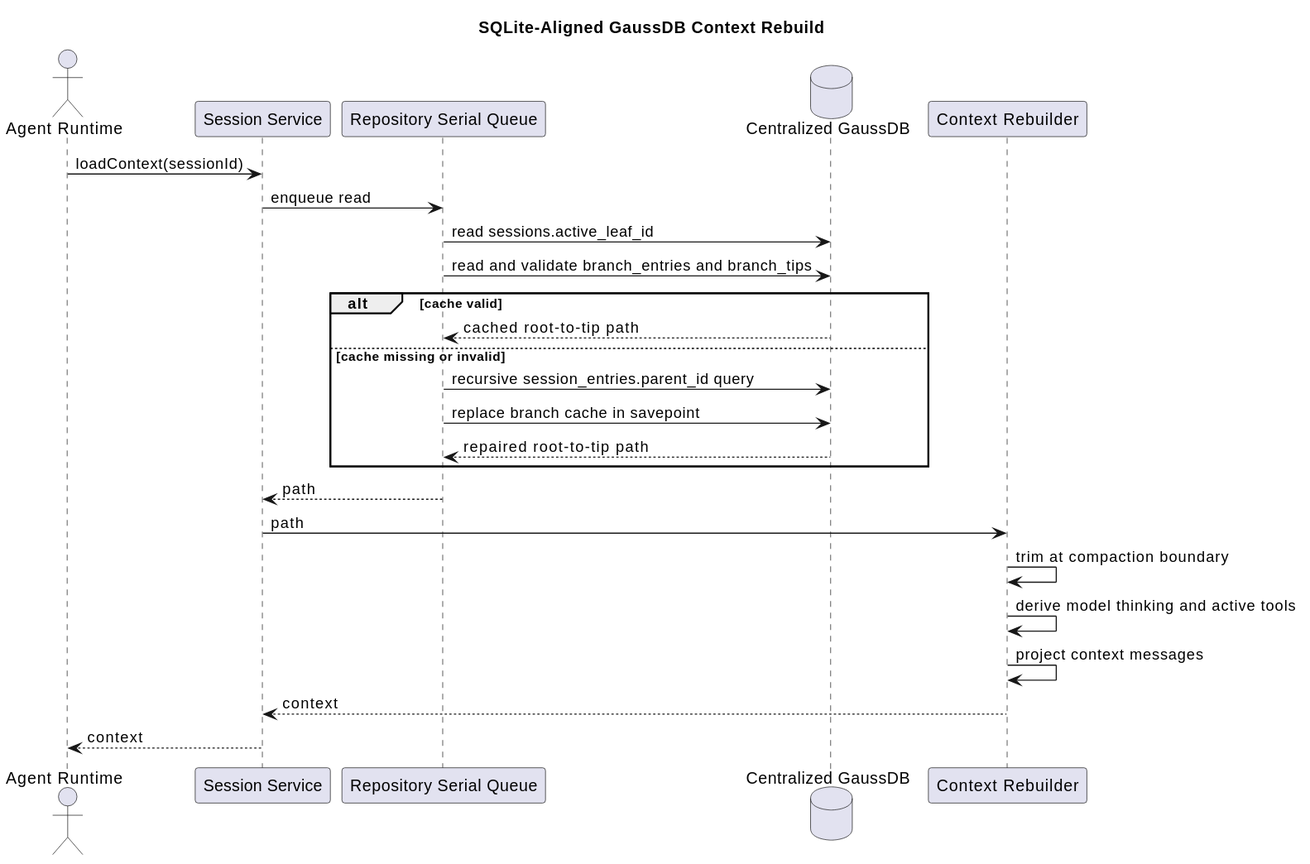
The PlantUML diagram diagrams/memory/memory-context-rebuild.svg in superheromeZzh/pi-mono-java-design, before a commit. Its diagram source:
```plantuml
@startuml
title SQLite-Aligned GaussDB Context Rebuild
skinparam backgroundColor #FFFFFF


actor "Agent Runtime" as runtime
participant "Session Service" as service
participant "Repository Serial Queue" as queue
database "Centralized GaussDB" as db
participant "Context Rebuilder" as rebuild

runtime -> service : loadContext(sessionId)
service -> queue : enqueue read
queue -> db : read sessions.active_leaf_id
queue -> db : read and validate branch_entries and branch_tips
alt cache valid
  db --> queue : cached root-to-tip path
else cache missing or invalid
  queue -> db : recursive session_entries.parent_id query
  queue -> db : replace branch cache in savepoint
  db --> queue : repaired root-to-tip path
end
queue --> service : path
service -> rebuild : path
rebuild -> rebuild : trim at compaction boundary
rebuild -> rebuild : derive model thinking and active tools
rebuild -> rebuild : project context messages
rebuild --> service : context
service --> runtime : context
@enduml
```
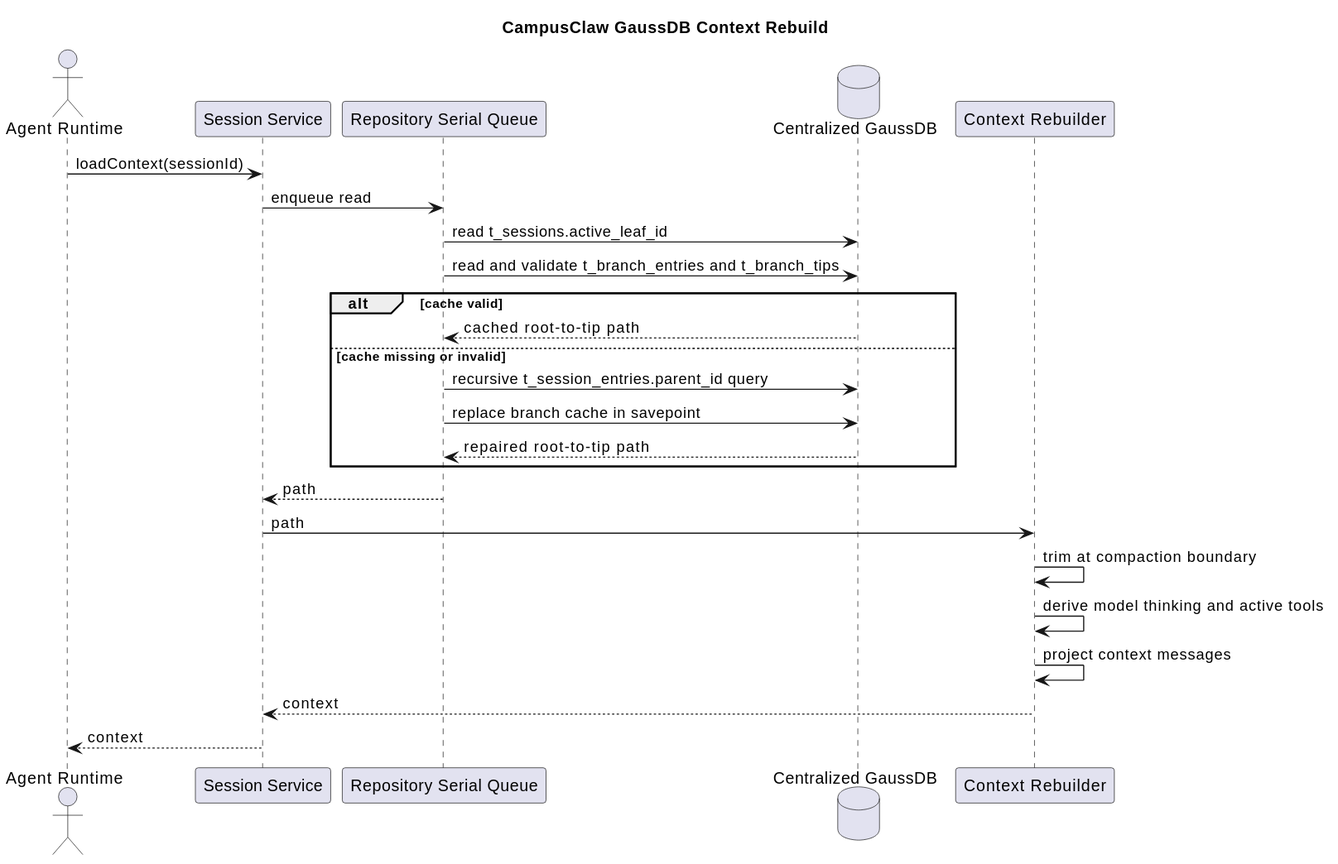
After the change.

Commit message:
docs: externalize CampusClaw schema upgrades

What changed in the source:
```diff
@@ -1,5 +1,5 @@
 @startuml
-title SQLite-Aligned GaussDB Context Rebuild
+title CampusClaw GaussDB Context Rebuild
 skinparam backgroundColor #FFFFFF
 
 
@@ -11,12 +11,12 @@
 
 runtime -> service : loadContext(sessionId)
 service -> queue : enqueue read
-queue -> db : read sessions.active_leaf_id
-queue -> db : read and validate branch_entries and branch_tips
+queue -> db : read t_sessions.active_leaf_id
+queue -> db : read and validate t_branch_entries and t_branch_tips
 alt cache valid
   db --> queue : cached root-to-tip path
 else cache missing or invalid
-  queue -> db : recursive session_entries.parent_id query
+  queue -> db : recursive t_session_entries.parent_id query
   queue -> db : replace branch cache in savepoint
   db --> queue : repaired root-to-tip path
 end
```
